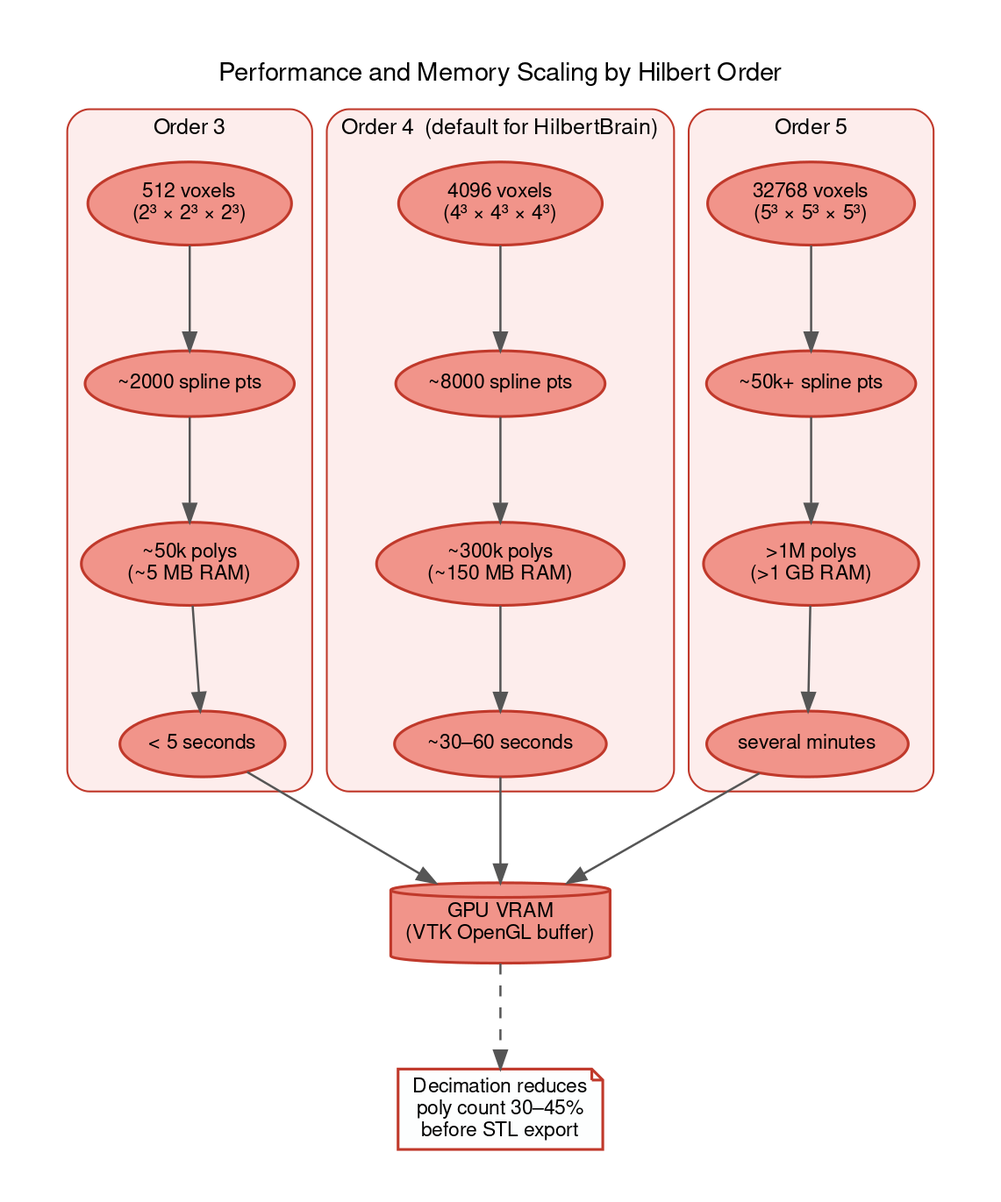
danindiana/hilbertbrane keeps this Graphviz diagram as docs/diagrams_25/10_performance_metrics.png. Above is the earlier version. Its source is kept beside it as docs/diagrams_25/10_performance_metrics.dot.
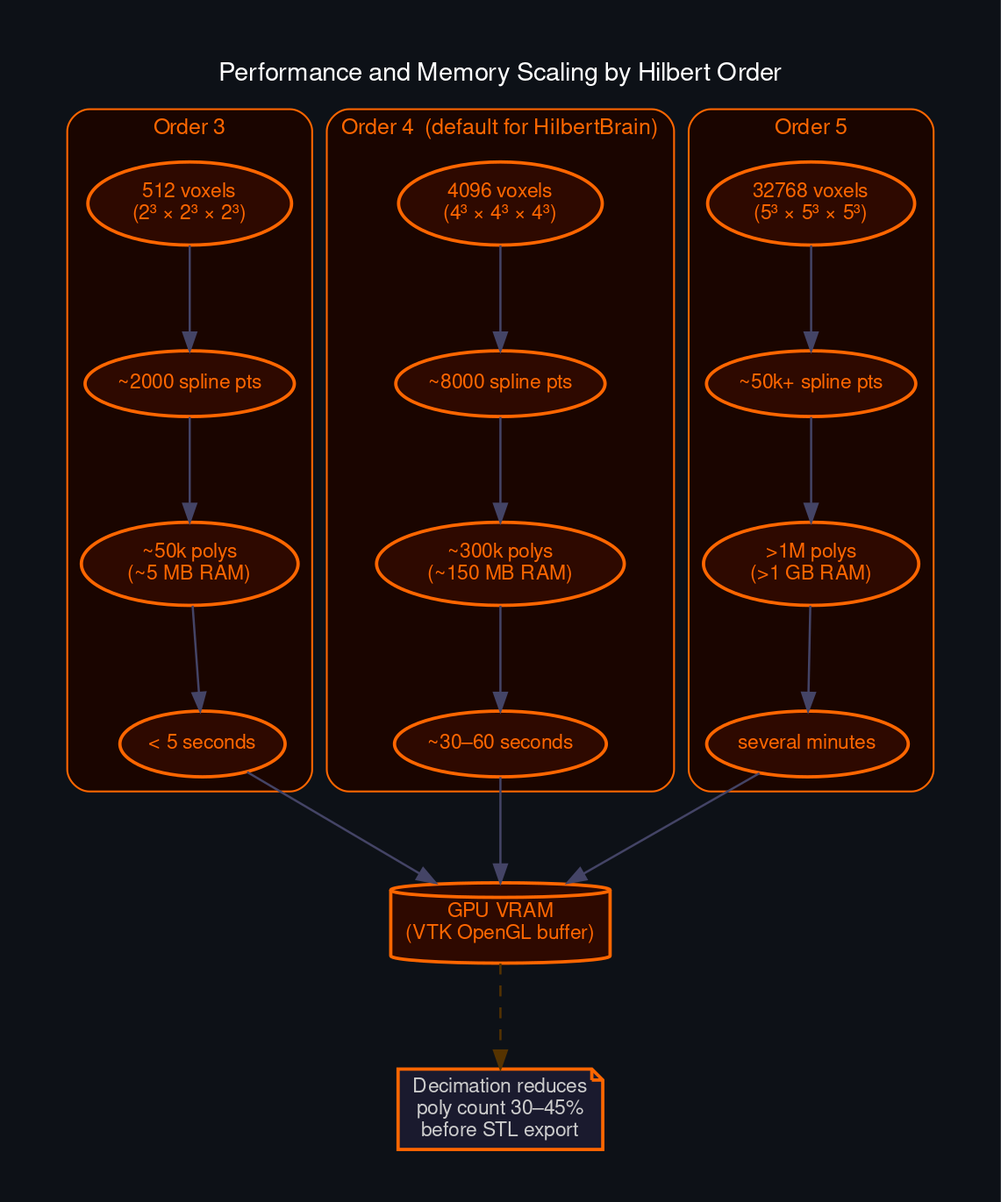
After the change.

The edit, as a diff of the source:
```diff
@@ -1,7 +1,8 @@
 digraph G {
     graph [
         fontname="Helvetica,Arial,sans-serif"
-        bgcolor="#ffffff"
+        bgcolor="#0d1117"
+        fontcolor="white"
         splines=spline
         nodesep=0.6
         ranksep=0.8
@@ -10,51 +11,51 @@
         labeljust="c"
         fontsize=14
     ]
-    node [fontname="Helvetica,Arial,sans-serif" fontsize=11 style="filled,rounded" penwidth=1.5]
-    edge [fontname="Helvetica,Arial,sans-serif" fontsize=9 color="#555555" penwidth=1.2]
+    node [fontname="Helvetica,Arial,sans-serif" fontsize=11 style="filled,rounded" penwidth=1.8 fontcolor="white"]
+    edge [fontname="Helvetica,Arial,sans-serif" fontsize=9 color="#444466" penwidth=1.2 fontcolor="#aaaacc"]
     graph [label="Performance and Memory Scaling by Hilbert Order" rankdir="TB"]
 
     subgraph cluster_o3 {
         label="Order 3"
-        style="filled,rounded" fillcolor="#FDEDEC" color="#C0392B" fontsize=12
-        fontname="Helvetica,Arial,sans-serif"
+        style="filled,rounded" fillcolor="#1a0500" color="#ff6600" fontsize=12
+        fontname="Helvetica,Arial,sans-serif" fontcolor="#ff6600"
 
-        p3a [label="512 voxels\n(2³ × 2³ × 2³)" fillcolor="#F1948A" color="#C0392B"]
-        p3b [label="~2000 spline pts" fillcolor="#F1948A" color="#C0392B"]
-        p3c [label="~50k polys\n(~5 MB RAM)" fillcolor="#F1948A" color="#C0392B"]
-        p3d [label="< 5 seconds" fillcolor="#F1948A" color="#C0392B"]
+        p3a [label="512 voxels\n(2³ × 2³ × 2³)" fillcolor="#2e0900" color="#ff6600" fontcolor="#ff6600"]
+        p3b [label="~2000 spline pts" fillcolor="#2e0900" color="#ff6600" fontcolor="#ff6600"]
+        p3c [label="~50k polys\n(~5 MB RAM)" fillcolor="#2e0900" color="#ff6600" fontcolor="#ff6600"]
+        p3d [label="< 5 seconds" fillcolor="#2e0900" color="#ff6600" fontcolor="#ff6600"]
         p3a -> p3b -> p3c -> p3d
     }
 
     subgraph cluster_o4 {
         label="Order 4  (default for HilbertBrain)"
-        style="filled,rounded" fillcolor="#FDEDEC" color="#C0392B" fontsize=12
-        fontname="Helvetica,Arial,sans-serif"
+        style="filled,rounded" fillcolor="#1a0500" color="#ff6600" fontsize=12
+        fontname="Helvetica,Arial,sans-serif" fontcolor="#ff6600"
 
-        p4a [label="4096 voxels\n(4³ × 4³ × 4³)" fillcolor="#F1948A" color="#C0392B"]
-        p4b [label="~8000 spline pts" fillcolor="#F1948A" color="#C0392B"]
-        p4c [label="~300k polys\n(~150 MB RAM)" fillcolor="#F1948A" color="#C0392B"]
-        p4d [label="~30–60 seconds" fillcolor="#F1948A" color="#C0392B"]
+        p4a [label="4096 voxels\n(4³ × 4³ × 4³)" fillcolor="#2e0900" color="#ff6600" fontcolor="#ff6600"]
+        p4b [label="~8000 spline pts" fillcolor="#2e0900" color="#ff6600" fontcolor="#ff6600"]
+        p4c [label="~300k polys\n(~150 MB RAM)" fillcolor="#2e0900" color="#ff6600" fontcolor="#ff6600"]
+        p4d [label="~30–60 seconds" fillcolor="#2e0900" color="#ff6600" fontcolor="#ff6600"]
         p4a -> p4b -> p4c -> p4d
     }
 
     subgraph cluster_o5 {
         label="Order 5"
-        style="filled,rounded" fillcolor="#FDEDEC" color="#C0392B" fontsize=12
-        fontname="Helvetica,Arial,sans-serif"
+        style="filled,rounded" fillcolor="#1a0500" color="#ff6600" fontsize=12
+        fontname="Helvetica,Arial,sans-serif" fontcolor="#ff6600"
 
-        p5a [label="32768 voxels\n(5³ × 5³ × 5³)" fillcolor="#F1948A" color="#C0392B"]
-        p5b [label="~50k+ spline pts" fillcolor="#F1948A" color="#C0392B"]
-        p5c [label=">1M polys\n(>1 GB RAM)" fillcolor="#F1948A" color="#C0392B"]
-        p5d [label="several minutes" fillcolor="#F1948A" color="#C0392B"]
+        p5a [label="32768 voxels\n(5³ × 5³ × 5³)" fillcolor="#2e0900" color="#ff6600" fontcolor="#ff6600"]
+        p5b [label="~50k+ spline pts" fillcolor="#2e0900" color="#ff6600" fontcolor="#ff6600"]
+        p5c [label=">1M polys\n(>1 GB RAM)" fillcolor="#2e0900" color="#ff6600" fontcolor="#ff6600"]
+        p5d [label="several minutes" fillcolor="#2e0900" color="#ff6600" fontcolor="#ff6600"]
         p5a -> p5b -> p5c -> p5d
     }
 
-    gpu [label="GPU VRAM\n(VTK OpenGL buffer)" shape=cylinder fillcolor="#F1948A" color="#C0392B"]
-    note1 [label="Decimation reduces\npoly count 30–45%\nbefore STL export" shape=note fillcolor="#FDFEFE" color="#C0392B"]
+    gpu [label="GPU VRAM\n(VTK OpenGL buffer)" shape=cylinder fillcolor="#2e0900" color="#ff6600" fontcolor="#ff6600"]
+    note1 [label="Decimation reduces\npoly count 30–45%\nbefore STL export" shape=note fillcolor="#1a1a2e" color="#ff6600" fontcolor="#cccccc"]
 
     p3d -> gpu
     p4d -> gpu
     p5d -> gpu
-    gpu -> note1 [style=dashed]
+    gpu -> note1 [style=dashed color="#553300"]
 }
```
